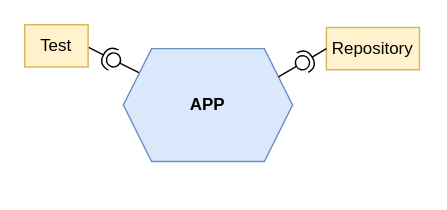
alicemunsal/dohex keeps this draw.io diagram as page "Hex" (10 of 10) of diagrams/1.drawio. Above is the earlier version. Source tidied: cells renumbered, new cells numbered last; positions are measured from the earlier drawing's top-left corner, leaving out a move shared by most shapes. Both pictures are drawn from the tidied source at 141%, with x=0, y=0 at pixel (24, 24).
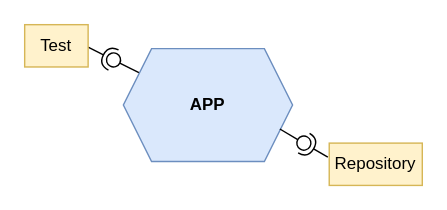
The same page after the edit.

Diff of the diagram source:
```diff
@@
 <mxGraphModel>
   <root>
     <mxCell id="0" />
     <mxCell id="1" parent="0" />
     <mxCell id="2" value="APP" style="shape=hexagon;perimeter=hexagonPerimeter2;whiteSpace=wrap;html=1;fixedSize=1;rotation=0;fillColor=#dae8fc;strokeColor=#6c8ebf;fontStyle=1;" parent="1" vertex="1">
       <mxGeometry x="70" y="17" width="120" height="80" as="geometry" />
     </mxCell>
     <mxCell id="3" style="group;rotation=-153;" parent="1" vertex="1">
       <mxGeometry x="43" y="20" width="40" height="10" as="geometry" />
     </mxCell>
     <mxCell id="4" style="rounded=0;jettySize=auto;html=1;endArrow=none;endFill=0;sketch=0;sourcePerimeterSpacing=0;targetPerimeterSpacing=0;" parent="3" edge="1" target="6">
       <mxGeometry relative="1" as="geometry">
         <mxPoint x="38" y="14" as="sourcePoint" />
       </mxGeometry>
     </mxCell>
     <mxCell id="5" style="rounded=0;jettySize=auto;html=1;endArrow=halfCircle;endFill=0;entryX=0.5;entryY=0.5;endSize=6;strokeWidth=1;sketch=0;" parent="3" edge="1" target="6">
       <mxGeometry relative="1" as="geometry">
         <mxPoint x="2" y="-4" as="sourcePoint" />
       </mxGeometry>
     </mxCell>
     <mxCell id="6" style="ellipse;whiteSpace=wrap;html=1;align=center;points=[];outlineConnect=0;sketch=0;rotation=-153;" parent="3" vertex="1">
       <mxGeometry x="15" width="10" height="10" as="geometry" />
     </mxCell>
     <mxCell id="7" value="Test" style="rounded=0;whiteSpace=wrap;html=1;fillColor=#fff2cc;strokeColor=#d6b656;fontSize=12;" parent="1" vertex="1">
       <mxGeometry width="45" height="30" as="geometry" />
     </mxCell>
     <mxCell id="8" value="Repository" style="rounded=0;whiteSpace=wrap;html=1;fillColor=#fff2cc;strokeColor=#d6b656;fontSize=12;" parent="1" vertex="1">
-      <mxGeometry x="214" y="2" width="66" height="30" as="geometry" />
+      <mxGeometry x="216" y="84" width="66" height="30" as="geometry" />
     </mxCell>
-    <mxCell id="9" style="group;rotation=-30;" parent="1" vertex="1">
-      <mxGeometry x="177" y="22" width="40" height="10" as="geometry" />
+    <mxCell id="9" style="group;rotation=30;" parent="1" vertex="1">
+      <mxGeometry x="178" y="79" width="40" height="10" as="geometry" />
     </mxCell>
     <mxCell id="10" style="rounded=0;jettySize=auto;html=1;endArrow=none;endFill=0;sketch=0;sourcePerimeterSpacing=0;targetPerimeterSpacing=0;" parent="9" edge="1" target="12">
       <mxGeometry relative="1" as="geometry">
-        <mxPoint x="3" y="15" as="sourcePoint" />
+        <mxPoint x="3" y="-5" as="sourcePoint" />
       </mxGeometry>
     </mxCell>
     <mxCell id="11" style="rounded=0;jettySize=auto;html=1;endArrow=halfCircle;endFill=0;entryX=0.5;entryY=0.5;endSize=6;strokeWidth=1;sketch=0;" parent="9" edge="1" target="12">
       <mxGeometry relative="1" as="geometry">
-        <mxPoint x="37" y="-5" as="sourcePoint" />
+        <mxPoint x="37" y="15" as="sourcePoint" />
       </mxGeometry>
     </mxCell>
-    <mxCell id="12" style="ellipse;whiteSpace=wrap;html=1;align=center;points=[];outlineConnect=0;sketch=0;rotation=-30;" parent="9" vertex="1">
+    <mxCell id="12" style="ellipse;whiteSpace=wrap;html=1;align=center;points=[];outlineConnect=0;sketch=0;rotation=30;" parent="9" vertex="1">
       <mxGeometry x="15" width="10" height="10" as="geometry" />
     </mxCell>
   </root>
 </mxGraphModel>
```
